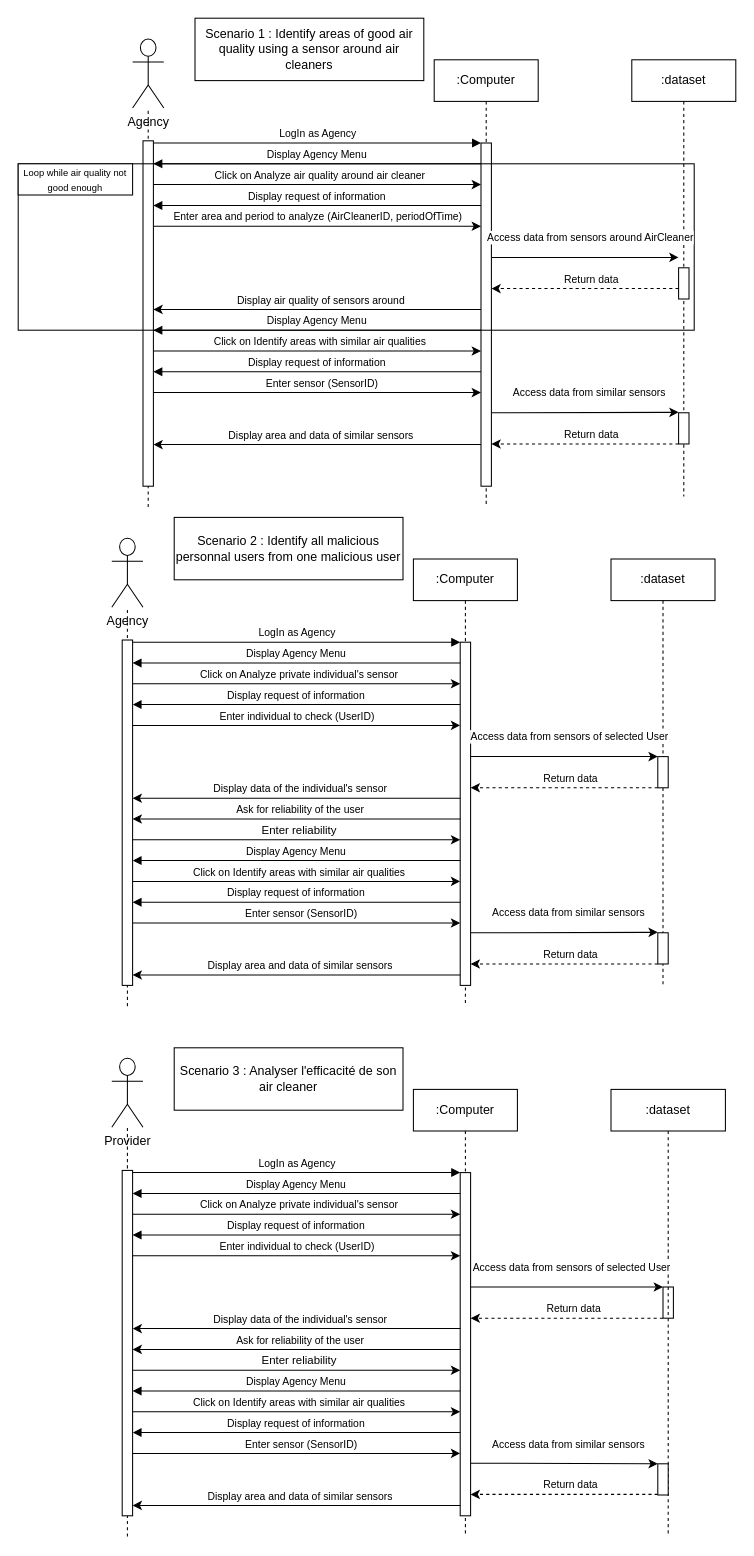
The draw.io diagram Diagramme sans nom.drawio in Florian-LeVasseur/UML, before the edit. Source tidied: cells renumbered, new cells numbered last; positions are measured from the earlier drawing's top-left corner, leaving out a move shared by most shapes. Both pictures are drawn from the tidied source at 104%, with x=0, y=0 at pixel (18, 18).
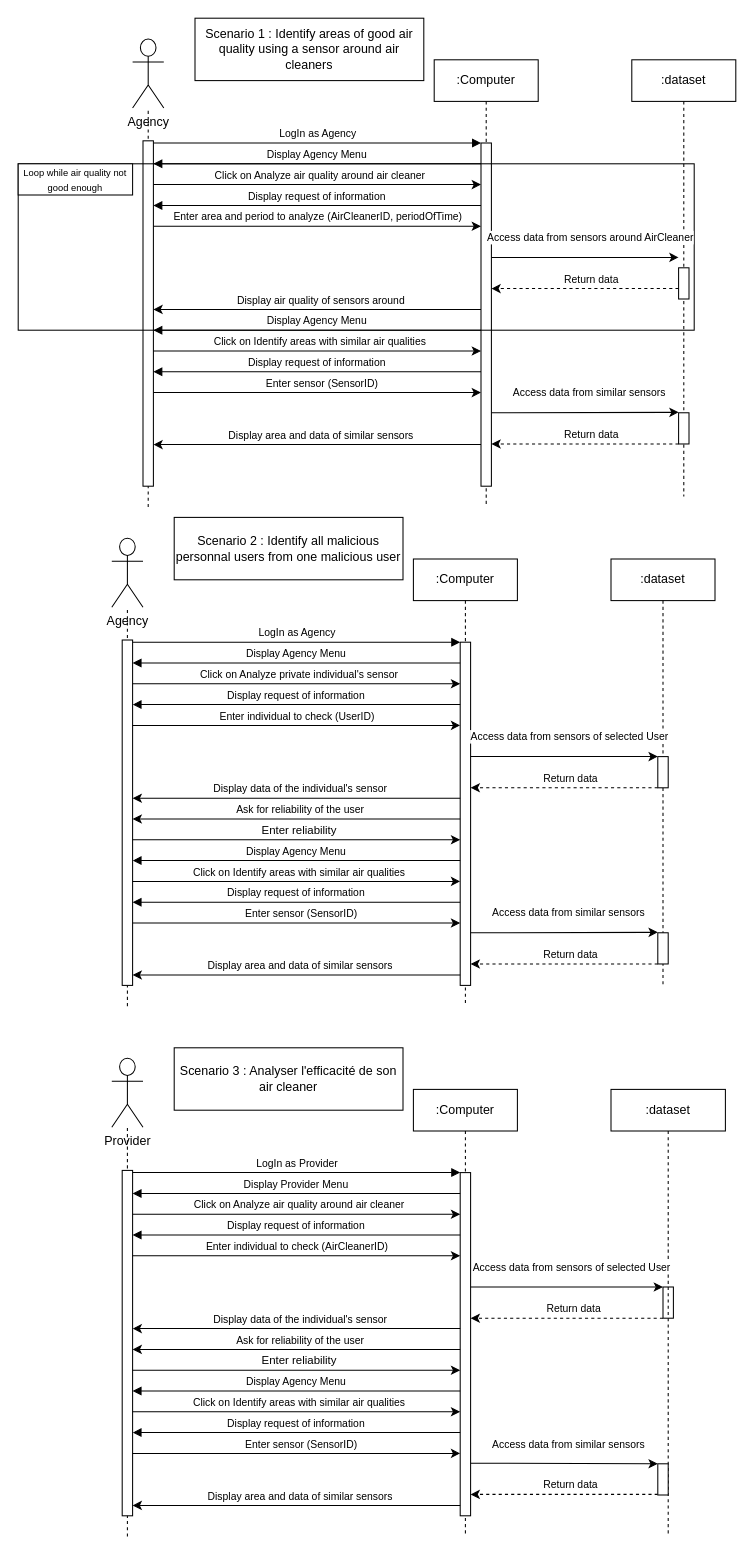
The same page after the edit.

Commit message (it also covers changes not shown here):
Mettre à jour Diagramme sans nom.drawio

The change refers to these unchanged cells:
```xml
<mxCell id="78" style="html=1;points=[];perimeter=orthogonalPerimeter;outlineConnect=0;targetShapes=umlLifeline;portConstraint=eastwest;newEdgeStyle={&quot;edgeStyle&quot;:&quot;elbowEdgeStyle&quot;,&quot;elbow&quot;:&quot;vertical&quot;,&quot;curved&quot;:0,&quot;rounded&quot;:0};" parent="77" vertex="1">
  <mxGeometry x="45" y="80" width="10" height="330" as="geometry" />
</mxCell>
<mxCell id="84" style="html=1;points=[];perimeter=orthogonalPerimeter;outlineConnect=0;targetShapes=umlLifeline;portConstraint=eastwest;newEdgeStyle={&quot;edgeStyle&quot;:&quot;elbowEdgeStyle&quot;,&quot;elbow&quot;:&quot;vertical&quot;,&quot;curved&quot;:0,&quot;rounded&quot;:0};" parent="82" vertex="1">
  <mxGeometry x="10" y="117.9" width="10" height="332.1" as="geometry" />
</mxCell>
<mxCell id="104" style="edgeStyle=elbowEdgeStyle;rounded=0;orthogonalLoop=1;jettySize=auto;html=1;elbow=vertical;curved=0;" parent="1" edge="1">
  <mxGeometry relative="1" as="geometry">
    <mxPoint x="110" y="1150" as="sourcePoint" />
    <mxPoint x="425" y="1150" as="targetPoint" />
  </mxGeometry>
</mxCell>
<mxCell id="106" style="edgeStyle=elbowEdgeStyle;rounded=0;jettySize=auto;html=1;elbow=vertical;curved=0;" parent="1" edge="1" source="84" target="78">
  <mxGeometry relative="1" as="geometry">
    <Array as="points">
      <mxPoint x="320" y="1190" />
      <mxPoint x="270" y="1210" />
      <mxPoint x="320" y="1190" />
      <mxPoint x="270" y="1190" />
    </Array>
  </mxGeometry>
</mxCell>
```

Change to the diagram source:
```diff
@@
-    <mxCell id="79" value="&lt;font style=&quot;font-size: 10px;&quot;&gt;LogIn as Agency&lt;/font&gt;" style="html=1;verticalAlign=bottom;endArrow=block;edgeStyle=elbowEdgeStyle;elbow=vertical;curved=0;rounded=0;" parent="1" edge="1" source="84" target="78">
+    <mxCell id="79" value="&lt;font style=&quot;font-size: 10px;&quot;&gt;LogIn as Provider&lt;br&gt;&lt;/font&gt;" style="html=1;verticalAlign=bottom;endArrow=block;edgeStyle=elbowEdgeStyle;elbow=vertical;curved=0;rounded=0;" parent="1" edge="1" source="84" target="78">
       <mxGeometry relative="1" as="geometry">
         <Array as="points">
           <mxPoint x="340" y="1110" />
         </Array>
       </mxGeometry>
     </mxCell>
-    <mxCell id="80" value="&lt;font style=&quot;font-size: 10px;&quot;&gt;Display Agency Menu&lt;/font&gt;" style="html=1;verticalAlign=bottom;endArrow=block;edgeStyle=elbowEdgeStyle;elbow=vertical;curved=0;rounded=0;" parent="1" edge="1" source="78" target="84">
+    <mxCell id="80" value="&lt;font style=&quot;font-size: 10px;&quot;&gt;Display Provider Menu&lt;/font&gt;" style="html=1;verticalAlign=bottom;endArrow=block;edgeStyle=elbowEdgeStyle;elbow=vertical;curved=0;rounded=0;" parent="1" edge="1" source="78" target="84">
       <mxGeometry relative="1" as="geometry">
         <Array as="points">
           <mxPoint x="220" y="1130" />
           <mxPoint x="350" y="1150" />
         </Array>
       </mxGeometry>
     </mxCell>
@@
-    <mxCell id="105" value="&lt;font style=&quot;font-size: 10px;&quot;&gt;Click on Analyze private individual's sensor&lt;br&gt;&lt;/font&gt;" style="edgeLabel;html=1;align=center;verticalAlign=middle;" parent="104" vertex="1">
+    <mxCell id="105" value="&lt;font style=&quot;font-size: 10px;&quot;&gt;Click on Analyze air quality around air cleaner&lt;br&gt;&lt;/font&gt;" style="edgeLabel;html=1;align=center;verticalAlign=middle;" parent="104" vertex="1">
       <mxGeometry x="0.15" y="2" relative="1" as="geometry">
         <mxPoint x="-22" y="-8" as="offset" />
       </mxGeometry>
     </mxCell>
@@
-    <mxCell id="107" value="&lt;font style=&quot;font-size: 10px;&quot;&gt;Enter individual to check (UserID)&lt;br&gt;&lt;/font&gt;" style="edgeLabel;html=1;align=center;verticalAlign=middle;" parent="106" vertex="1">
+    <mxCell id="107" value="&lt;font style=&quot;font-size: 10px;&quot;&gt;Enter individual to check (AirCleanerID)&lt;br&gt;&lt;/font&gt;" style="edgeLabel;html=1;align=center;verticalAlign=middle;" parent="106" vertex="1">
       <mxGeometry x="0.08" relative="1" as="geometry">
         <mxPoint x="-13" y="-10" as="offset" />
       </mxGeometry>
     </mxCell>
```
